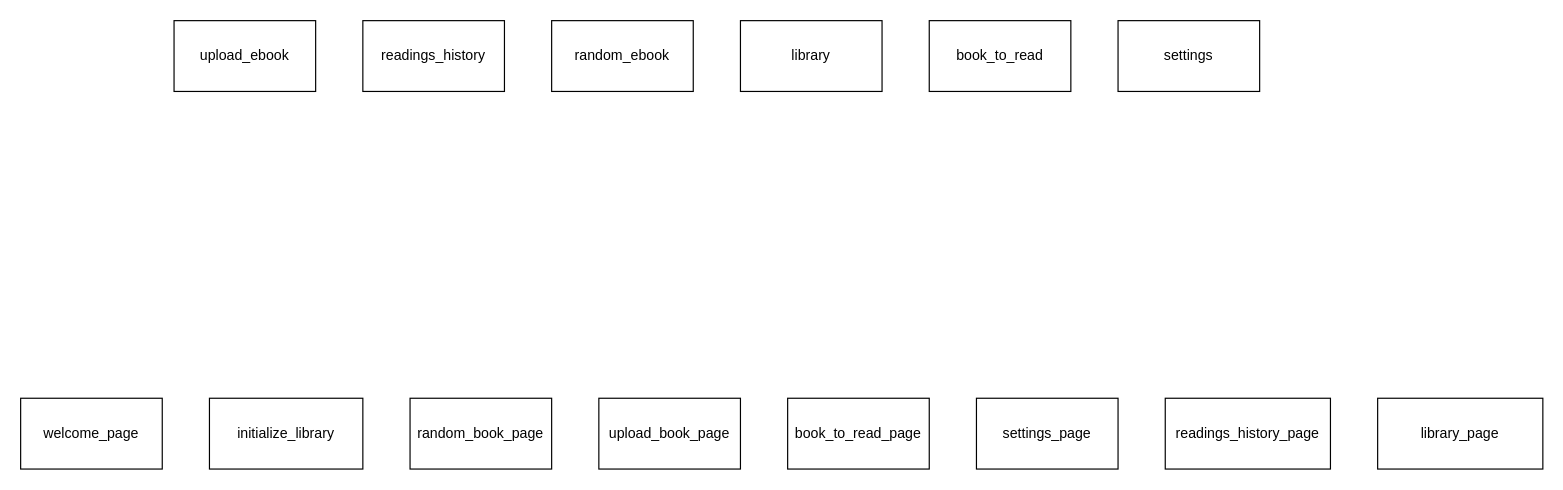
This is dependencies_graph.drawio from Jurgen-Alla/my-librarian-old-, a draw.io file, before an edit. Source tidied: cells renumbered, new cells numbered last; positions are measured from the earlier drawing's top-left corner, leaving out a move shared by most shapes. Both pictures are drawn from the tidied source at 118%, with x=0, y=0 at pixel (20, 20).
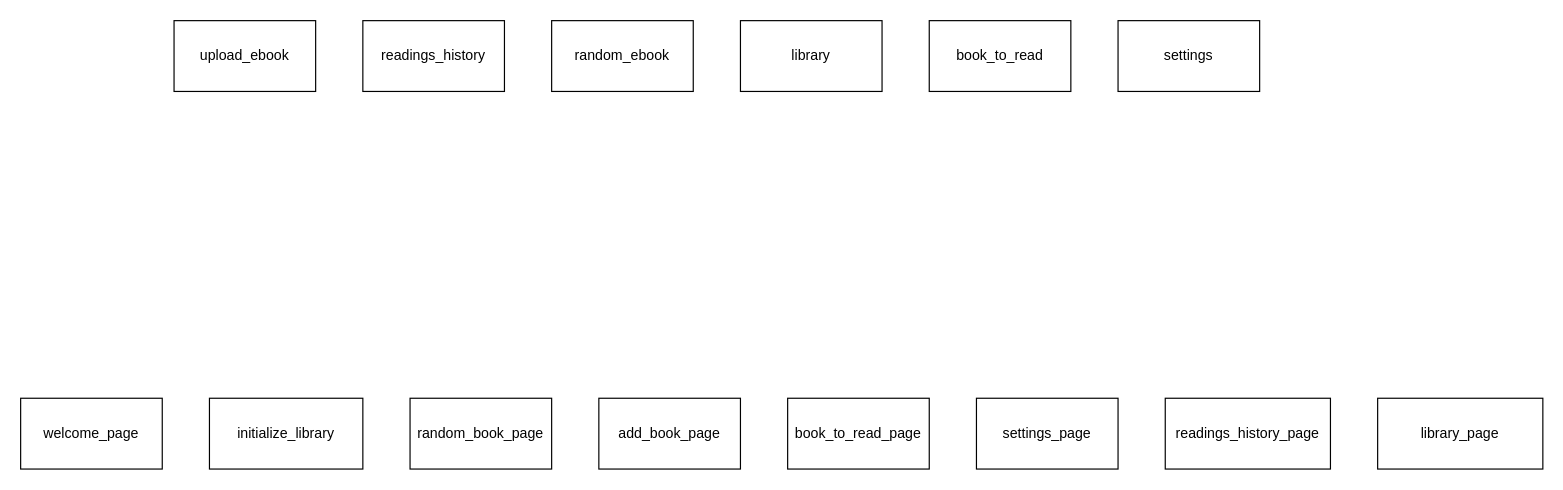
After the change.

Diff of the diagram source:
```diff
@@
 <mxGraphModel>
   <root>
     <mxCell id="0" />
     <mxCell id="1" parent="0" />
     <mxCell id="2" value="upload_ebook" style="rounded=0;whiteSpace=wrap;html=1;" parent="1" vertex="1">
       <mxGeometry x="130" width="120" height="60" as="geometry" />
     </mxCell>
     <mxCell id="3" value="readings_history" style="rounded=0;whiteSpace=wrap;html=1;" parent="1" vertex="1">
       <mxGeometry x="290" width="120" height="60" as="geometry" />
     </mxCell>
     <mxCell id="4" value="random_ebook" style="rounded=0;whiteSpace=wrap;html=1;" parent="1" vertex="1">
       <mxGeometry x="450" width="120" height="60" as="geometry" />
     </mxCell>
     <mxCell id="5" value="library" style="rounded=0;whiteSpace=wrap;html=1;" parent="1" vertex="1">
       <mxGeometry x="610" width="120" height="60" as="geometry" />
     </mxCell>
     <mxCell id="6" value="book_to_read" style="rounded=0;whiteSpace=wrap;html=1;" parent="1" vertex="1">
       <mxGeometry x="770" width="120" height="60" as="geometry" />
     </mxCell>
     <mxCell id="7" value="settings" style="rounded=0;whiteSpace=wrap;html=1;" parent="1" vertex="1">
       <mxGeometry x="930" width="120" height="60" as="geometry" />
     </mxCell>
     <mxCell id="8" value="initialize_library" style="rounded=0;whiteSpace=wrap;html=1;" parent="1" vertex="1">
       <mxGeometry x="160" y="320" width="130" height="60" as="geometry" />
     </mxCell>
     <mxCell id="9" value="welcome_page" style="rounded=0;whiteSpace=wrap;html=1;" parent="1" vertex="1">
       <mxGeometry y="320" width="120" height="60" as="geometry" />
     </mxCell>
     <mxCell id="10" value="random_book_page" style="rounded=0;whiteSpace=wrap;html=1;" parent="1" vertex="1">
       <mxGeometry x="330" y="320" width="120" height="60" as="geometry" />
     </mxCell>
-    <mxCell id="11" value="upload_book_page" style="rounded=0;whiteSpace=wrap;html=1;" parent="1" vertex="1">
+    <mxCell id="11" value="add_book_page" style="rounded=0;whiteSpace=wrap;html=1;" parent="1" vertex="1">
       <mxGeometry x="490" y="320" width="120" height="60" as="geometry" />
     </mxCell>
     <mxCell id="12" value="book_to_read_page" style="rounded=0;whiteSpace=wrap;html=1;" parent="1" vertex="1">
       <mxGeometry x="650" y="320" width="120" height="60" as="geometry" />
     </mxCell>
     <mxCell id="13" value="settings_page" style="rounded=0;whiteSpace=wrap;html=1;" parent="1" vertex="1">
       <mxGeometry x="810" y="320" width="120" height="60" as="geometry" />
     </mxCell>
     <mxCell id="14" value="readings_history_page" style="rounded=0;whiteSpace=wrap;html=1;" parent="1" vertex="1">
       <mxGeometry x="970" y="320" width="140" height="60" as="geometry" />
     </mxCell>
     <mxCell id="15" value="library_page" style="rounded=0;whiteSpace=wrap;html=1;" parent="1" vertex="1">
       <mxGeometry x="1150" y="320" width="140" height="60" as="geometry" />
     </mxCell>
   </root>
 </mxGraphModel>
```
